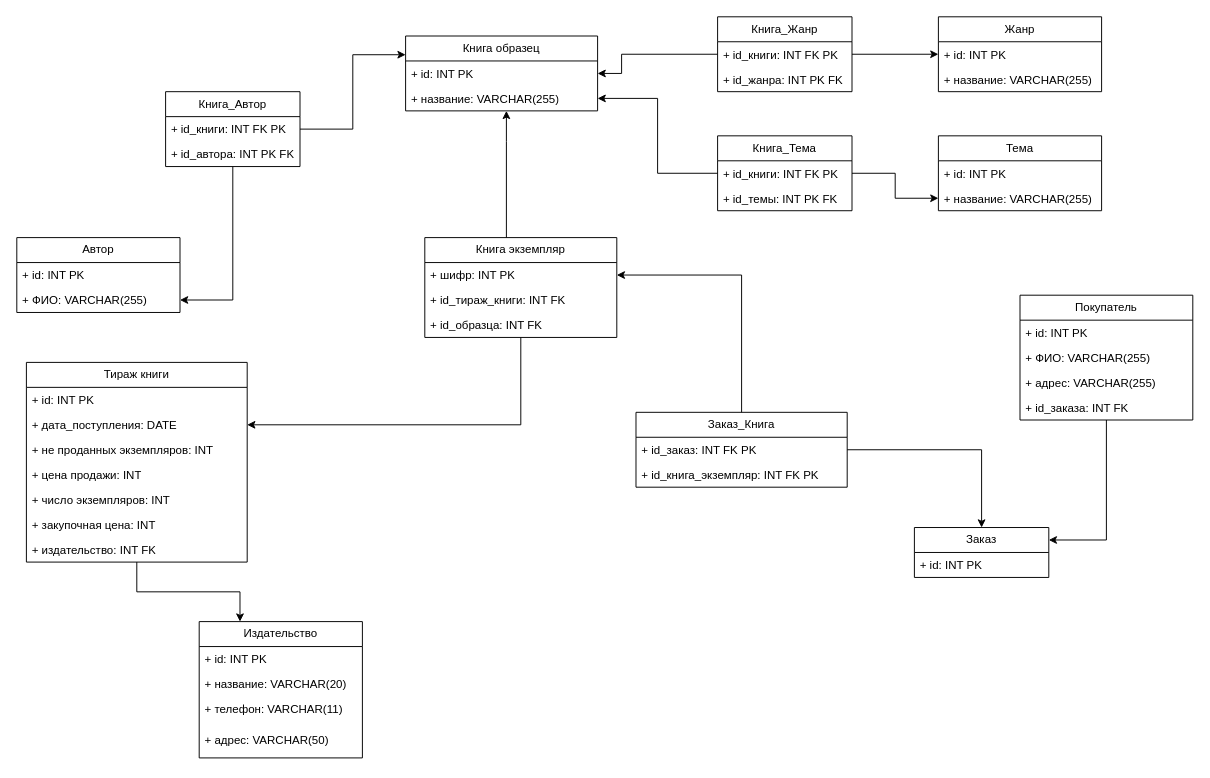
Above: sources/relation_model.drawio in 202rna/sql_labs2025 (draw.io), before the change. Source tidied: cells renumbered, new cells numbered last; positions are measured from the earlier drawing's top-left corner, leaving out a move shared by most shapes. Both pictures are drawn from the tidied source at 96%, with x=0, y=0 at pixel (16, 16).
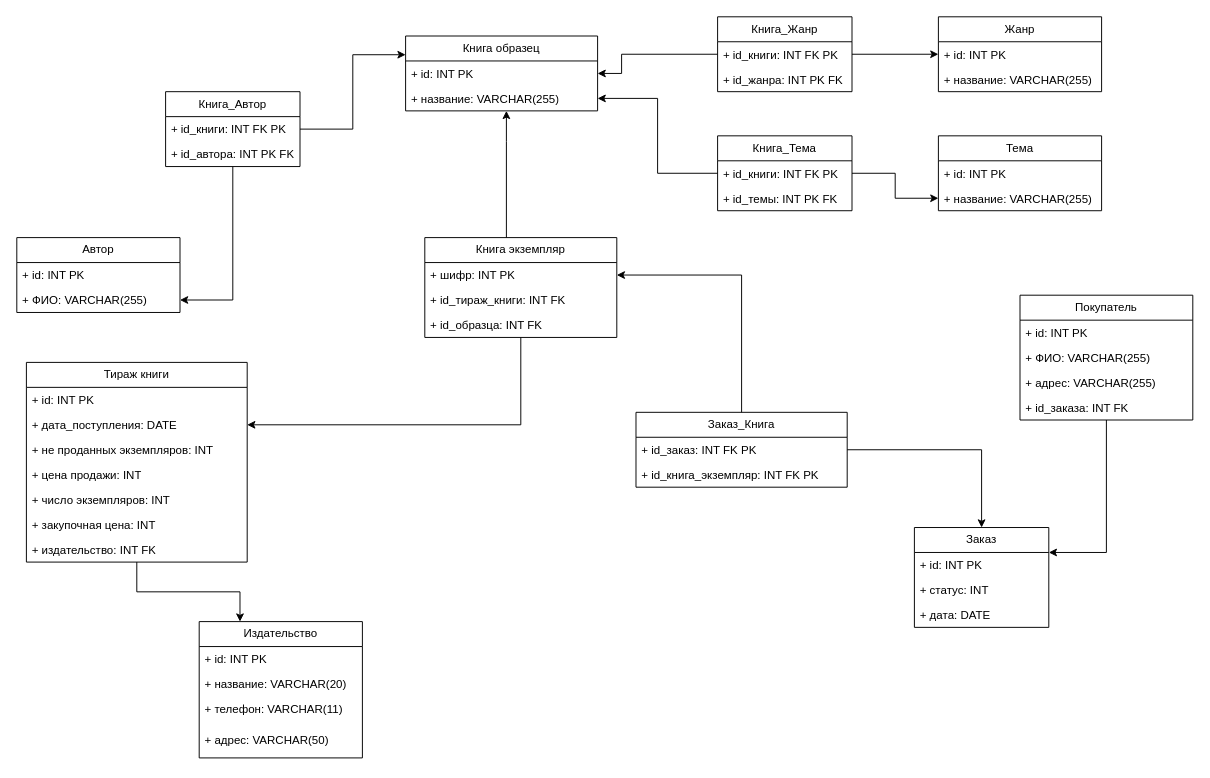
After the change.

Diff of the diagram source:
```diff
@@
     <mxCell id="16" value="Заказ" style="swimlane;fontStyle=0;horizontal=1;startSize=26;fillColor=none;whiteSpace=wrap;html=1;" parent="1" vertex="1">
-      <mxGeometry x="935" y="532" width="140" height="52" as="geometry" />
+      <mxGeometry x="935" y="532" width="140" height="104" as="geometry" />
     </mxCell>
@@
+    <mxCell id="62" value="+ статус: INT" style="text;strokeColor=none;fillColor=none;align=left;verticalAlign=top;spacingLeft=4;spacingRight=4;overflow=hidden;whiteSpace=wrap;html=1;" parent="16" vertex="1">
+      <mxGeometry y="52" width="140" height="26" as="geometry" />
+    </mxCell>
+    <mxCell id="63" value="+ дата: DATE" style="text;strokeColor=none;fillColor=none;align=left;verticalAlign=top;spacingLeft=4;spacingRight=4;overflow=hidden;whiteSpace=wrap;html=1;" parent="16" vertex="1">
+      <mxGeometry y="78" width="140" height="26" as="geometry" />
+    </mxCell>
```
